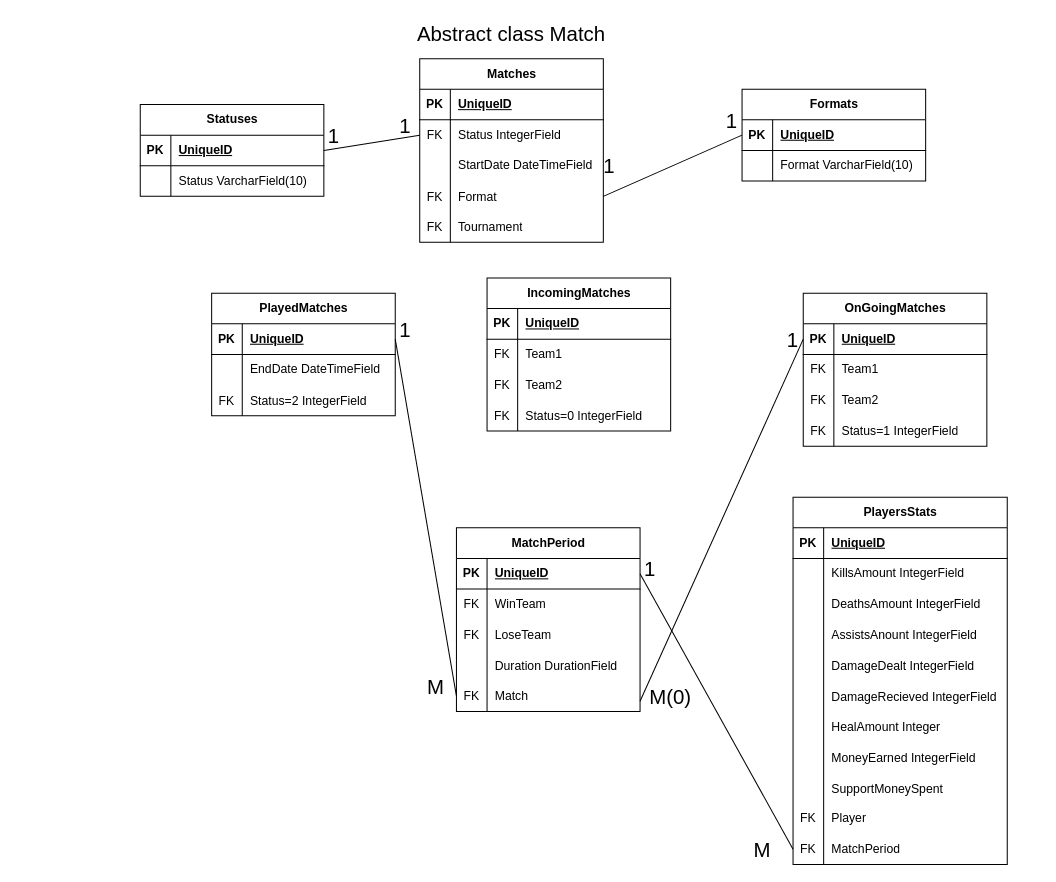
The draw.io diagram er_models/matches.drawio in S1wH/Dota_WebSite, before the edit. Source tidied: cells renumbered, new cells numbered last; positions are measured from the earlier drawing's top-left corner, leaving out a move shared by most shapes. Both pictures are drawn from the tidied source at 102%, with x=0, y=0 at pixel (140, 17).
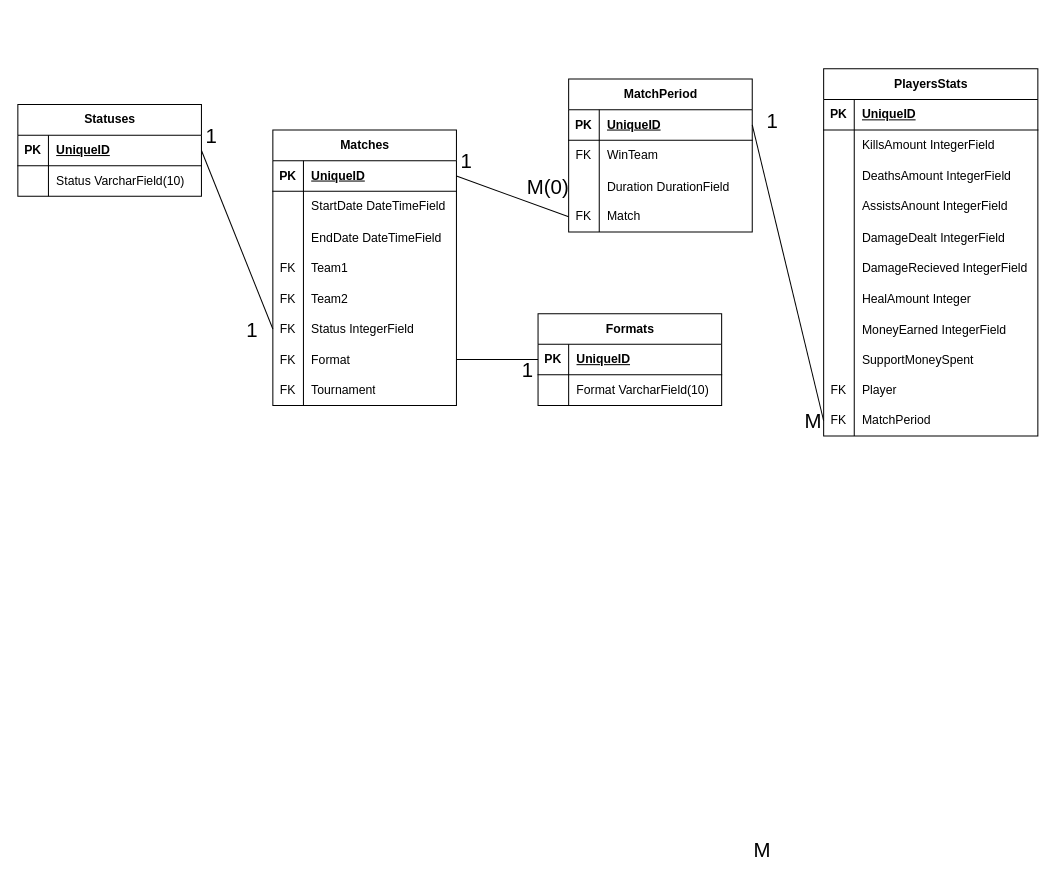
Above is the later version.

Unchanged cells that the change refers to:
```xml
<mxCell id="3" style="shape=tableRow;horizontal=0;startSize=0;swimlaneHead=0;swimlaneBody=0;fillColor=none;points=[[0,0.5],[1,0.5]];portConstraint=eastwest;top=0;left=0;right=0;bottom=1;" parent="2" vertex="1">
  <mxGeometry y="30" width="180" height="30" as="geometry" />
</mxCell>
```

The edit, as a diff of the source:
```diff
@@
     <mxCell id="2" value="Matches" style="shape=table;startSize=30;childLayout=tableLayout;rowLines=0;fontStyle=1;align=center;html=1;" parent="1" vertex="1">
-      <mxGeometry x="274" y="40" width="180" height="180" as="geometry" />
+      <mxGeometry x="130" y="110" width="180" height="270" as="geometry" />
     </mxCell>
@@
+    <mxCell id="9" style="shape=tableRow;horizontal=0;startSize=0;swimlaneHead=0;swimlaneBody=0;fillColor=none;top=0;left=0;right=0;bottom=0;" parent="2" vertex="1">
+      <mxGeometry y="60" width="180" height="30" as="geometry" />
+    </mxCell>
+    <mxCell id="10" style="shape=partialRectangle;fillColor=none;top=0;left=0;bottom=0;right=0;overflow=hidden;whiteSpace=wrap;html=1;" parent="9" vertex="1">
+      <mxGeometry width="30" height="30" as="geometry" />
+    </mxCell>
+    <mxCell id="11" value="StartDate DateTimeField" style="shape=partialRectangle;fillColor=none;top=0;left=0;bottom=0;right=0;align=left;spacingLeft=6;overflow=hidden;whiteSpace=wrap;html=1;" parent="9" vertex="1">
+      <mxGeometry x="30" width="150" height="30" as="geometry" />
+    </mxCell>
+    <mxCell id="134" style="shape=tableRow;horizontal=0;startSize=0;swimlaneHead=0;swimlaneBody=0;fillColor=none;top=0;left=0;right=0;bottom=0;" parent="2" vertex="1">
+      <mxGeometry y="90" width="180" height="30" as="geometry" />
+    </mxCell>
+    <mxCell id="135" style="shape=partialRectangle;fillColor=none;top=0;left=0;bottom=0;right=0;overflow=hidden;" parent="134" vertex="1">
+      <mxGeometry width="30" height="30" as="geometry" />
+    </mxCell>
+    <mxCell id="38" value="EndDate DateTimeField" style="shape=partialRectangle;fillColor=none;top=0;left=0;bottom=0;right=0;align=left;spacingLeft=6;overflow=hidden;" parent="134" vertex="1">
+      <mxGeometry x="30" width="150" height="30" as="geometry" />
+    </mxCell>
+    <mxCell id="136" style="shape=tableRow;horizontal=0;startSize=0;swimlaneHead=0;swimlaneBody=0;fillColor=none;top=0;left=0;right=0;bottom=0;" parent="2" vertex="1">
+      <mxGeometry y="120" width="180" height="30" as="geometry" />
+    </mxCell>
+    <mxCell id="137" value="FK" style="shape=partialRectangle;fillColor=none;top=0;left=0;bottom=0;right=0;overflow=hidden;" parent="136" vertex="1">
+      <mxGeometry width="30" height="30" as="geometry" />
+    </mxCell>
+    <mxCell id="138" value="Team1" style="shape=partialRectangle;fillColor=none;top=0;left=0;bottom=0;right=0;align=left;spacingLeft=6;overflow=hidden;" parent="136" vertex="1">
+      <mxGeometry x="30" width="150" height="30" as="geometry" />
+    </mxCell>
+    <mxCell id="139" style="shape=tableRow;horizontal=0;startSize=0;swimlaneHead=0;swimlaneBody=0;fillColor=none;top=0;left=0;right=0;bottom=0;" parent="2" vertex="1">
+      <mxGeometry y="150" width="180" height="30" as="geometry" />
+    </mxCell>
+    <mxCell id="140" value="FK" style="shape=partialRectangle;fillColor=none;top=0;left=0;bottom=0;right=0;overflow=hidden;" parent="139" vertex="1">
+      <mxGeometry width="30" height="30" as="geometry" />
+    </mxCell>
+    <mxCell id="141" value="Team2" style="shape=partialRectangle;fillColor=none;top=0;left=0;bottom=0;right=0;align=left;spacingLeft=6;overflow=hidden;" parent="139" vertex="1">
+      <mxGeometry x="30" width="150" height="30" as="geometry" />
+    </mxCell>
     <mxCell id="6" style="shape=tableRow;horizontal=0;startSize=0;swimlaneHead=0;swimlaneBody=0;fillColor=none;points=[[0,0.5],[1,0.5]];portConstraint=eastwest;top=0;left=0;right=0;bottom=0;" parent="2" vertex="1">
-      <mxGeometry y="60" width="180" height="30" as="geometry" />
+      <mxGeometry y="180" width="180" height="30" as="geometry" />
     </mxCell>
@@
-    <mxCell id="9" style="shape=tableRow;horizontal=0;startSize=0;swimlaneHead=0;swimlaneBody=0;fillColor=none;top=0;left=0;right=0;bottom=0;" parent="2" vertex="1">
-      <mxGeometry y="90" width="180" height="30" as="geometry" />
-    </mxCell>
-    <mxCell id="10" style="shape=partialRectangle;fillColor=none;top=0;left=0;bottom=0;right=0;overflow=hidden;whiteSpace=wrap;html=1;" parent="9" vertex="1">
-      <mxGeometry width="30" height="30" as="geometry" />
-    </mxCell>
-    <mxCell id="11" value="StartDate DateTimeField" style="shape=partialRectangle;fillColor=none;top=0;left=0;bottom=0;right=0;align=left;spacingLeft=6;overflow=hidden;whiteSpace=wrap;html=1;" parent="9" vertex="1">
-      <mxGeometry x="30" width="150" height="30" as="geometry" />
-    </mxCell>
     <mxCell id="12" style="shape=tableRow;horizontal=0;startSize=0;swimlaneHead=0;swimlaneBody=0;fillColor=none;points=[[0,0.5],[1,0.5]];portConstraint=eastwest;top=0;left=0;right=0;bottom=0;" parent="2" vertex="1">
-      <mxGeometry y="120" width="180" height="30" as="geometry" />
+      <mxGeometry y="210" width="180" height="30" as="geometry" />
     </mxCell>
@@
     <mxCell id="15" style="shape=tableRow;horizontal=0;startSize=0;swimlaneHead=0;swimlaneBody=0;fillColor=none;top=0;left=0;right=0;bottom=0;" parent="2" vertex="1">
-      <mxGeometry y="150" width="180" height="30" as="geometry" />
+      <mxGeometry y="240" width="180" height="30" as="geometry" />
     </mxCell>
@@
-    <mxCell id="18" value="Abstract class Match" style="text;html=1;strokeColor=none;fillColor=none;align=center;verticalAlign=middle;whiteSpace=wrap;rounded=0;fontSize=20;" parent="1" vertex="1">
-      <mxGeometry x="264" width="200" height="30" as="geometry" />
-    </mxCell>
-    <mxCell id="19" value="IncomingMatches" style="shape=table;startSize=30;childLayout=tableLayout;rowLines=0;fontStyle=1;align=center;html=1;" parent="1" vertex="1">
-      <mxGeometry x="340" y="255" width="180" height="150" as="geometry" />
-    </mxCell>
-    <mxCell id="20" style="shape=tableRow;horizontal=0;startSize=0;swimlaneHead=0;swimlaneBody=0;fillColor=none;top=0;left=0;right=0;bottom=1;" parent="19" vertex="1">
-      <mxGeometry y="30" width="180" height="30" as="geometry" />
-    </mxCell>
-    <mxCell id="21" value="PK" style="shape=partialRectangle;fillColor=none;top=0;left=0;bottom=0;right=0;fontStyle=1;overflow=hidden;whiteSpace=wrap;html=1;" parent="20" vertex="1">
-      <mxGeometry width="30" height="30" as="geometry" />
-    </mxCell>
-    <mxCell id="22" value="UniqueID" style="shape=partialRectangle;fillColor=none;top=0;left=0;bottom=0;right=0;align=left;spacingLeft=6;fontStyle=5;overflow=hidden;whiteSpace=wrap;html=1;" parent="20" vertex="1">
-      <mxGeometry x="30" width="150" height="30" as="geometry" />
-    </mxCell>
-    <mxCell id="23" style="shape=tableRow;horizontal=0;startSize=0;swimlaneHead=0;swimlaneBody=0;fillColor=none;top=0;left=0;right=0;bottom=0;" parent="19" vertex="1">
-      <mxGeometry y="60" width="180" height="30" as="geometry" />
-    </mxCell>
-    <mxCell id="24" value="FK" style="shape=partialRectangle;fillColor=none;top=0;left=0;bottom=0;right=0;overflow=hidden;whiteSpace=wrap;html=1;" parent="23" vertex="1">
-      <mxGeometry width="30" height="30" as="geometry" />
-    </mxCell>
-    <mxCell id="25" value="Team1" style="shape=partialRectangle;fillColor=none;top=0;left=0;bottom=0;right=0;align=left;spacingLeft=6;overflow=hidden;whiteSpace=wrap;html=1;" parent="23" vertex="1">
-      <mxGeometry x="30" width="150" height="30" as="geometry" />
-    </mxCell>
-    <mxCell id="26" style="shape=tableRow;horizontal=0;startSize=0;swimlaneHead=0;swimlaneBody=0;fillColor=none;top=0;left=0;right=0;bottom=0;" parent="19" vertex="1">
-      <mxGeometry y="90" width="180" height="30" as="geometry" />
-    </mxCell>
-    <mxCell id="27" value="FK" style="shape=partialRectangle;fillColor=none;top=0;left=0;bottom=0;right=0;overflow=hidden;whiteSpace=wrap;html=1;" parent="26" vertex="1">
-      <mxGeometry width="30" height="30" as="geometry" />
-    </mxCell>
-    <mxCell id="28" value="Team2" style="shape=partialRectangle;fillColor=none;top=0;left=0;bottom=0;right=0;align=left;spacingLeft=6;overflow=hidden;whiteSpace=wrap;html=1;" parent="26" vertex="1">
-      <mxGeometry x="30" width="150" height="30" as="geometry" />
-    </mxCell>
-    <mxCell id="29" style="shape=tableRow;horizontal=0;startSize=0;swimlaneHead=0;swimlaneBody=0;fillColor=none;top=0;left=0;right=0;bottom=0;" parent="19" vertex="1">
-      <mxGeometry y="120" width="180" height="30" as="geometry" />
-    </mxCell>
-    <mxCell id="30" value="FK" style="shape=partialRectangle;fillColor=none;top=0;left=0;bottom=0;right=0;overflow=hidden;" parent="29" vertex="1">
-      <mxGeometry width="30" height="30" as="geometry" />
-    </mxCell>
-    <mxCell id="31" value="Status=0 IntegerField" style="shape=partialRectangle;fillColor=none;top=0;left=0;bottom=0;right=0;align=left;spacingLeft=6;overflow=hidden;" parent="29" vertex="1">
-      <mxGeometry x="30" width="150" height="30" as="geometry" />
-    </mxCell>
-    <mxCell id="32" value="PlayedMatches" style="shape=table;startSize=30;childLayout=tableLayout;rowLines=0;fontStyle=1;align=center;html=1;" parent="1" vertex="1">
-      <mxGeometry x="70" y="270" width="180" height="120" as="geometry" />
-    </mxCell>
-    <mxCell id="33" style="shape=tableRow;horizontal=0;startSize=0;swimlaneHead=0;swimlaneBody=0;fillColor=none;points=[[0,0.5],[1,0.5]];portConstraint=eastwest;top=0;left=0;right=0;bottom=1;" parent="32" vertex="1">
-      <mxGeometry y="30" width="180" height="30" as="geometry" />
-    </mxCell>
-    <mxCell id="34" value="PK" style="shape=partialRectangle;fillColor=none;top=0;left=0;bottom=0;right=0;fontStyle=1;overflow=hidden;whiteSpace=wrap;html=1;" parent="33" vertex="1">
-      <mxGeometry width="30" height="30" as="geometry" />
-    </mxCell>
-    <mxCell id="35" value="UniqueID" style="shape=partialRectangle;fillColor=none;top=0;left=0;bottom=0;right=0;align=left;spacingLeft=6;fontStyle=5;overflow=hidden;whiteSpace=wrap;html=1;" parent="33" vertex="1">
-      <mxGeometry x="30" width="150" height="30" as="geometry" />
-    </mxCell>
-    <mxCell id="36" style="shape=tableRow;horizontal=0;startSize=0;swimlaneHead=0;swimlaneBody=0;fillColor=none;top=0;left=0;right=0;bottom=0;" parent="32" vertex="1">
-      <mxGeometry y="60" width="180" height="30" as="geometry" />
-    </mxCell>
-    <mxCell id="37" style="shape=partialRectangle;fillColor=none;top=0;left=0;bottom=0;right=0;overflow=hidden;whiteSpace=wrap;html=1;" parent="36" vertex="1">
-      <mxGeometry width="30" height="30" as="geometry" />
-    </mxCell>
-    <mxCell id="38" value="EndDate DateTimeField" style="shape=partialRectangle;fillColor=none;top=0;left=0;bottom=0;right=0;align=left;spacingLeft=6;overflow=hidden;whiteSpace=wrap;html=1;" parent="36" vertex="1">
-      <mxGeometry x="30" width="150" height="30" as="geometry" />
-    </mxCell>
-    <mxCell id="39" style="shape=tableRow;horizontal=0;startSize=0;swimlaneHead=0;swimlaneBody=0;fillColor=none;top=0;left=0;right=0;bottom=0;" parent="32" vertex="1">
-      <mxGeometry y="90" width="180" height="30" as="geometry" />
-    </mxCell>
-    <mxCell id="40" value="FK" style="shape=partialRectangle;fillColor=none;top=0;left=0;bottom=0;right=0;overflow=hidden;" parent="39" vertex="1">
-      <mxGeometry width="30" height="30" as="geometry" />
-    </mxCell>
-    <mxCell id="41" value="Status=2 IntegerField" style="shape=partialRectangle;fillColor=none;top=0;left=0;bottom=0;right=0;align=left;spacingLeft=6;overflow=hidden;" parent="39" vertex="1">
-      <mxGeometry x="30" width="150" height="30" as="geometry" />
-    </mxCell>
     <mxCell id="42" value="MatchPeriod" style="shape=table;startSize=30;childLayout=tableLayout;rowLines=0;fontStyle=1;align=center;html=1;" parent="1" vertex="1">
-      <mxGeometry x="310" y="500" width="180" height="180" as="geometry" />
+      <mxGeometry x="420" y="60" width="180" height="150" as="geometry" />
     </mxCell>
@@
-    <mxCell id="49" style="shape=tableRow;horizontal=0;startSize=0;swimlaneHead=0;swimlaneBody=0;fillColor=none;top=0;left=0;right=0;bottom=0;" parent="42" vertex="1">
-      <mxGeometry y="90" width="180" height="30" as="geometry" />
-    </mxCell>
-    <mxCell id="50" value="FK" style="shape=partialRectangle;fillColor=none;top=0;left=0;bottom=0;right=0;fontStyle=0;overflow=hidden;whiteSpace=wrap;html=1;" parent="49" vertex="1">
-      <mxGeometry width="30" height="30" as="geometry" />
-    </mxCell>
-    <mxCell id="51" value="LoseTeam" style="shape=partialRectangle;fillColor=none;top=0;left=0;bottom=0;right=0;align=left;spacingLeft=6;fontStyle=0;overflow=hidden;whiteSpace=wrap;html=1;" parent="49" vertex="1">
-      <mxGeometry x="30" width="150" height="30" as="geometry" />
-    </mxCell>
     <mxCell id="52" style="shape=tableRow;horizontal=0;startSize=0;swimlaneHead=0;swimlaneBody=0;fillColor=none;top=0;left=0;right=0;bottom=0;" parent="42" vertex="1">
-      <mxGeometry y="120" width="180" height="30" as="geometry" />
+      <mxGeometry y="90" width="180" height="30" as="geometry" />
     </mxCell>
@@
     <mxCell id="55" style="shape=tableRow;horizontal=0;startSize=0;swimlaneHead=0;swimlaneBody=0;fillColor=none;points=[[0,0.5],[1,0.5]];portConstraint=eastwest;top=0;left=0;right=0;bottom=0;" parent="42" vertex="1">
-      <mxGeometry y="150" width="180" height="30" as="geometry" />
+      <mxGeometry y="120" width="180" height="30" as="geometry" />
     </mxCell>
@@
     <mxCell id="58" value="PlayersStats" style="shape=table;startSize=30;childLayout=tableLayout;rowLines=0;fontStyle=1;align=center;html=1;" parent="1" vertex="1">
-      <mxGeometry x="640" y="470" width="210" height="360" as="geometry" />
+      <mxGeometry x="670" y="50" width="210" height="360" as="geometry" />
     </mxCell>
@@
     <mxCell id="93" value="1" style="text;html=1;strokeColor=none;fillColor=none;align=center;verticalAlign=middle;whiteSpace=wrap;rounded=0;fontSize=20;" parent="1" vertex="1">
-      <mxGeometry x="490" y="530" width="20" height="20" as="geometry" />
+      <mxGeometry x="310" y="130" width="20" height="20" as="geometry" />
     </mxCell>
@@
-    <mxCell id="95" style="endArrow=none;html=1;rounded=0;exitX=1;exitY=0.5;exitDx=0;exitDy=0;entryX=0;entryY=0.5;entryDx=0;entryDy=0;" parent="1" edge="1" source="33" target="55">
-      <mxGeometry relative="1" as="geometry" />
-    </mxCell>
-    <mxCell id="96" value="1" style="text;html=1;strokeColor=none;fillColor=none;align=center;verticalAlign=middle;whiteSpace=wrap;rounded=0;fontSize=20;" parent="1" vertex="1">
-      <mxGeometry x="230" y="290" width="60" height="30" as="geometry" />
-    </mxCell>
-    <mxCell id="97" value="M" style="text;html=1;strokeColor=none;fillColor=none;align=center;verticalAlign=middle;whiteSpace=wrap;rounded=0;fontSize=20;" parent="1" vertex="1">
-      <mxGeometry x="260" y="640" width="60" height="30" as="geometry" />
-    </mxCell>
     <mxCell id="98" value="Statuses" style="shape=table;startSize=30;childLayout=tableLayout;rowLines=0;fontStyle=1;align=center;html=1;" parent="1" vertex="1">
-      <mxGeometry y="85" width="180" height="90" as="geometry" />
+      <mxGeometry x="-120" y="85" width="180" height="90" as="geometry" />
     </mxCell>
@@
     <mxCell id="106" value="1" style="text;html=1;strokeColor=none;fillColor=none;align=center;verticalAlign=middle;whiteSpace=wrap;rounded=0;fontSize=20;" parent="1" vertex="1">
-      <mxGeometry x="160" y="100" width="60" height="30" as="geometry" />
+      <mxGeometry x="40" y="100" width="60" height="30" as="geometry" />
     </mxCell>
     <mxCell id="107" value="1" style="text;html=1;strokeColor=none;fillColor=none;align=center;verticalAlign=middle;whiteSpace=wrap;rounded=0;fontSize=20;" parent="1" vertex="1">
-      <mxGeometry x="230" y="90" width="60" height="30" as="geometry" />
+      <mxGeometry x="80" y="290" width="60" height="30" as="geometry" />
     </mxCell>
-    <mxCell id="108" value="OnGoingMatches" style="shape=table;startSize=30;childLayout=tableLayout;rowLines=0;fontStyle=1;align=center;html=1;" parent="1" vertex="1">
-      <mxGeometry x="650" y="270" width="180" height="150" as="geometry" />
-    </mxCell>
-    <mxCell id="109" style="shape=tableRow;horizontal=0;startSize=0;swimlaneHead=0;swimlaneBody=0;fillColor=none;points=[[0,0.5],[1,0.5]];portConstraint=eastwest;top=0;left=0;right=0;bottom=1;" parent="108" vertex="1">
-      <mxGeometry y="30" width="180" height="30" as="geometry" />
-    </mxCell>
-    <mxCell id="110" value="PK" style="shape=partialRectangle;fillColor=none;top=0;left=0;bottom=0;right=0;fontStyle=1;overflow=hidden;whiteSpace=wrap;html=1;" parent="109" vertex="1">
-      <mxGeometry width="30" height="30" as="geometry" />
-    </mxCell>
-    <mxCell id="111" value="UniqueID" style="shape=partialRectangle;fillColor=none;top=0;left=0;bottom=0;right=0;align=left;spacingLeft=6;fontStyle=5;overflow=hidden;whiteSpace=wrap;html=1;" parent="109" vertex="1">
-      <mxGeometry x="30" width="150" height="30" as="geometry" />
-    </mxCell>
-    <mxCell id="112" style="shape=tableRow;horizontal=0;startSize=0;swimlaneHead=0;swimlaneBody=0;fillColor=none;top=0;left=0;right=0;bottom=0;" parent="108" vertex="1">
-      <mxGeometry y="60" width="180" height="30" as="geometry" />
-    </mxCell>
-    <mxCell id="113" value="FK" style="shape=partialRectangle;fillColor=none;top=0;left=0;bottom=0;right=0;overflow=hidden;whiteSpace=wrap;html=1;" parent="112" vertex="1">
-      <mxGeometry width="30" height="30" as="geometry" />
-    </mxCell>
-    <mxCell id="114" value="Team1" style="shape=partialRectangle;fillColor=none;top=0;left=0;bottom=0;right=0;align=left;spacingLeft=6;overflow=hidden;whiteSpace=wrap;html=1;" parent="112" vertex="1">
-      <mxGeometry x="30" width="150" height="30" as="geometry" />
-    </mxCell>
-    <mxCell id="115" style="shape=tableRow;horizontal=0;startSize=0;swimlaneHead=0;swimlaneBody=0;fillColor=none;top=0;left=0;right=0;bottom=0;" parent="108" vertex="1">
-      <mxGeometry y="90" width="180" height="30" as="geometry" />
-    </mxCell>
-    <mxCell id="116" value="FK" style="shape=partialRectangle;fillColor=none;top=0;left=0;bottom=0;right=0;overflow=hidden;whiteSpace=wrap;html=1;" parent="115" vertex="1">
-      <mxGeometry width="30" height="30" as="geometry" />
-    </mxCell>
-    <mxCell id="117" value="Team2" style="shape=partialRectangle;fillColor=none;top=0;left=0;bottom=0;right=0;align=left;spacingLeft=6;overflow=hidden;whiteSpace=wrap;html=1;" parent="115" vertex="1">
-      <mxGeometry x="30" width="150" height="30" as="geometry" />
-    </mxCell>
-    <mxCell id="118" style="shape=tableRow;horizontal=0;startSize=0;swimlaneHead=0;swimlaneBody=0;fillColor=none;top=0;left=0;right=0;bottom=0;" parent="108" vertex="1">
-      <mxGeometry y="120" width="180" height="30" as="geometry" />
-    </mxCell>
-    <mxCell id="119" value="FK" style="shape=partialRectangle;fillColor=none;top=0;left=0;bottom=0;right=0;overflow=hidden;whiteSpace=wrap;html=1;" parent="118" vertex="1">
-      <mxGeometry width="30" height="30" as="geometry" />
-    </mxCell>
-    <mxCell id="120" value="Status=1 IntegerField" style="shape=partialRectangle;fillColor=none;top=0;left=0;bottom=0;right=0;align=left;spacingLeft=6;overflow=hidden;whiteSpace=wrap;html=1;" parent="118" vertex="1">
-      <mxGeometry x="30" width="150" height="30" as="geometry" />
-    </mxCell>
-    <mxCell id="121" style="endArrow=none;html=1;rounded=0;entryX=0;entryY=0.5;entryDx=0;entryDy=0;" parent="1" edge="1" target="109">
-      <mxGeometry relative="1" as="geometry">
-        <mxPoint x="490" y="670" as="sourcePoint" />
-      </mxGeometry>
-    </mxCell>
-    <mxCell id="122" value="1" style="text;html=1;strokeColor=none;fillColor=none;align=center;verticalAlign=middle;whiteSpace=wrap;rounded=0;fontSize=20;" parent="1" vertex="1">
-      <mxGeometry x="610" y="300" width="60" height="30" as="geometry" />
-    </mxCell>
     <mxCell id="123" value="M(0)" style="text;html=1;strokeColor=none;fillColor=none;align=center;verticalAlign=middle;whiteSpace=wrap;rounded=0;fontSize=20;" parent="1" vertex="1">
-      <mxGeometry x="490" y="650" width="60" height="30" as="geometry" />
+      <mxGeometry x="380" y="150" width="40" height="30" as="geometry" />
     </mxCell>
     <mxCell id="124" value="Formats" style="shape=table;startSize=30;childLayout=tableLayout;rowLines=0;fontStyle=1;align=center;html=1;" parent="1" vertex="1">
-      <mxGeometry x="590" y="70" width="180" height="90" as="geometry" />
+      <mxGeometry x="390" y="290" width="180" height="90" as="geometry" />
     </mxCell>
@@
-    <mxCell id="132" value="1" style="text;html=1;strokeColor=none;fillColor=none;align=center;verticalAlign=middle;whiteSpace=wrap;rounded=0;fontSize=20;" parent="1" vertex="1">
-      <mxGeometry x="430" y="130" width="60" height="30" as="geometry" />
-    </mxCell>
     <mxCell id="133" value="1" style="text;html=1;strokeColor=none;fillColor=none;align=center;verticalAlign=middle;whiteSpace=wrap;rounded=0;fontSize=20;" parent="1" vertex="1">
-      <mxGeometry x="550" y="85" width="60" height="30" as="geometry" />
+      <mxGeometry x="350" y="330" width="60" height="30" as="geometry" />
     </mxCell>
+    <mxCell id="142" style="endArrow=none;html=1;rounded=0;exitX=0;exitY=0.5;exitDx=0;exitDy=0;entryX=1;entryY=0.5;entryDx=0;entryDy=0;" parent="1" edge="1" source="55" target="3">
+      <mxGeometry relative="1" as="geometry" />
+    </mxCell>
+    <mxCell id="143" value="1" style="text;html=1;strokeColor=none;fillColor=none;align=center;verticalAlign=middle;whiteSpace=wrap;rounded=0;fontSize=20;" parent="1" vertex="1">
+      <mxGeometry x="610" y="85" width="20" height="30" as="geometry" />
+    </mxCell>
+    <mxCell id="97" value="M" style="text;html=1;strokeColor=none;fillColor=none;align=center;verticalAlign=middle;whiteSpace=wrap;rounded=0;fontSize=20;" parent="1" vertex="1">
+      <mxGeometry x="650" y="380" width="20" height="30" as="geometry" />
+    </mxCell>
```
